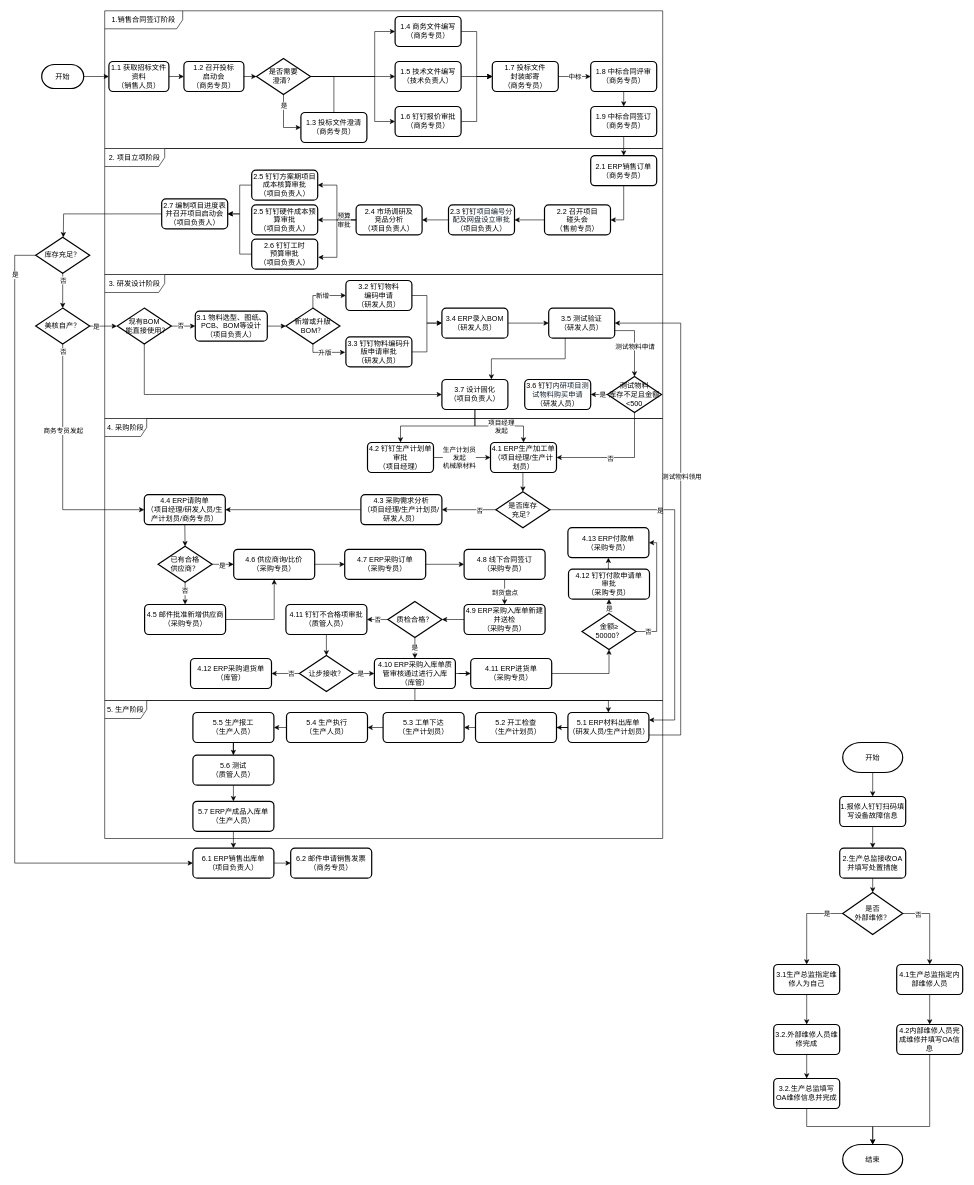
eltweiyao/app-diagrams keeps this draw.io diagram as 美核电气项目生产采购流程图.drawio. Above is the earlier version. Source tidied: cells renumbered, new cells numbered last; positions are measured from the earlier drawing's top-left corner, leaving out a move shared by most shapes. Both pictures are drawn from the tidied source at 60%, with x=0, y=0 at pixel (14, 10).
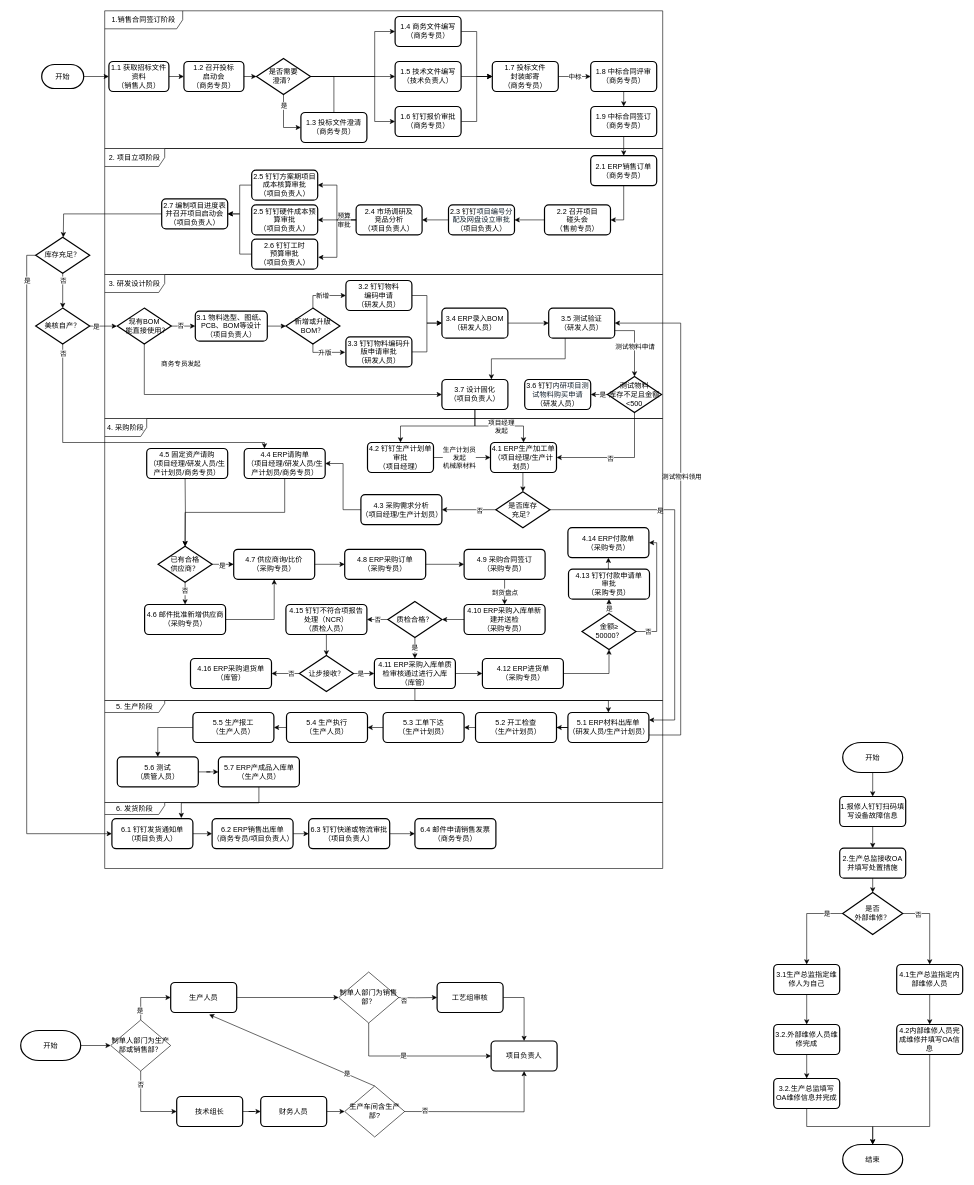
The same page after the edit.

Commit message:
更新美核电气项目生产采购流程图.drawio

Unchanged cells that the change refers to:
```xml
<mxCell id="65" value="美核自产？" style="strokeWidth=2;html=1;shape=mxgraph.flowchart.decision;whiteSpace=wrap;" parent="1" vertex="1">
  <mxGeometry x="35" y="496" width="90" height="60" as="geometry" />
</mxCell>
<mxCell id="78" value="库存充足？" style="strokeWidth=2;html=1;shape=mxgraph.flowchart.decision;whiteSpace=wrap;" parent="1" vertex="1">
  <mxGeometry x="35" y="378" width="90" height="60" as="geometry" />
</mxCell>
<mxCell id="109" value="已有合格&lt;br&gt;供应商？" style="strokeWidth=2;html=1;shape=mxgraph.flowchart.decision;whiteSpace=wrap;" parent="1" vertex="1">
  <mxGeometry x="239" y="893" width="90" height="60" as="geometry" />
</mxCell>
<mxCell id="145" value="5.5 生产报工&lt;br&gt;（生产人员）" style="rounded=1;whiteSpace=wrap;html=1;absoluteArcSize=1;arcSize=14;strokeWidth=2;" parent="1" vertex="1">
  <mxGeometry x="297" y="1170" width="135" height="50" as="geometry" />
</mxCell>
```

Diff of the diagram source:
```diff
@@
-    <mxCell id="62" style="edgeStyle=orthogonalEdgeStyle;rounded=0;jettySize=auto;html=1;exitX=0.5;exitY=1;exitDx=0;exitDy=0;exitPerimeter=0;entryX=0;entryY=0.5;entryDx=0;entryDy=0;" parent="1" edge="1" source="65" target="89">
-      <mxGeometry relative="1" as="geometry" />
+    <mxCell id="62" style="edgeStyle=orthogonalEdgeStyle;rounded=0;jettySize=auto;html=1;exitX=0.5;exitY=1;exitDx=0;exitDy=0;exitPerimeter=0;entryX=0.25;entryY=0;entryDx=0;entryDy=0;" parent="1" edge="1" source="65" target="89">
+      <mxGeometry relative="1" as="geometry">
+        <Array as="points">
+          <mxPoint x="80" y="720" />
+          <mxPoint x="416.3" y="720" />
+        </Array>
+      </mxGeometry>
     </mxCell>
@@
     <mxCell id="76" style="edgeStyle=orthogonalEdgeStyle;rounded=0;jettySize=auto;html=1;exitX=0;exitY=0.5;exitDx=0;exitDy=0;exitPerimeter=0;entryX=0;entryY=0.5;entryDx=0;entryDy=0;" parent="1" edge="1" source="78" target="83">
       <mxGeometry relative="1" as="geometry">
         <Array as="points">
-          <mxPoint y="408" />
-          <mxPoint y="1421.1" />
+          <mxPoint x="20" y="408" />
+          <mxPoint x="20" y="1372" />
         </Array>
       </mxGeometry>
     </mxCell>
@@
-    <mxCell id="82" style="edgeStyle=orthogonalEdgeStyle;rounded=0;jettySize=auto;html=1;exitX=1;exitY=0.5;exitDx=0;exitDy=0;entryX=0;entryY=0.5;entryDx=0;entryDy=0;" parent="1" edge="1" source="83" target="158">
-      <mxGeometry relative="1" as="geometry" />
-    </mxCell>
+    <mxCell id="189" style="edgeStyle=orthogonalEdgeStyle;rounded=0;jettySize=auto;html=1;exitX=1;exitY=0.5;exitDx=0;exitDy=0;entryX=0;entryY=0.5;entryDx=0;entryDy=0;" parent="1" edge="1" source="83" target="218">
+      <mxGeometry relative="1" as="geometry" />
+    </mxCell>
-    <mxCell id="83" value="6.1 ERP销售出库单&lt;br&gt;（项目负责人）" style="rounded=1;whiteSpace=wrap;html=1;absoluteArcSize=1;arcSize=14;strokeWidth=2;" parent="1" vertex="1">
-      <mxGeometry x="297" y="1396" width="135" height="50" as="geometry" />
+    <mxCell id="83" value="6.1 钉钉发货通知单&lt;br&gt;（项目负责人）" style="rounded=1;whiteSpace=wrap;html=1;absoluteArcSize=1;arcSize=14;strokeWidth=2;" parent="1" vertex="1">
+      <mxGeometry x="162" y="1347" width="135" height="50" as="geometry" />
     </mxCell>
@@
     <mxCell id="89" value="4.4 ERP请购单&lt;br&gt;（项目经理/研发人员/生产计划员/商务专员）" style="rounded=1;whiteSpace=wrap;html=1;absoluteArcSize=1;arcSize=14;strokeWidth=2;" parent="1" vertex="1">
-      <mxGeometry x="216" y="807" width="135" height="50" as="geometry" />
+      <mxGeometry x="382.5" y="730" width="135" height="50" as="geometry" />
     </mxCell>
@@
-    <mxCell id="101" value="4.3 采购需求分析&lt;br&gt;（项目经理/生产计划员/研发人员）" style="rounded=1;whiteSpace=wrap;html=1;absoluteArcSize=1;arcSize=14;strokeWidth=2;" parent="1" vertex="1">
+    <mxCell id="101" value="4.3 采购需求分析&lt;br&gt;（项目经理/生产计划员）" style="rounded=1;whiteSpace=wrap;html=1;absoluteArcSize=1;arcSize=14;strokeWidth=2;" parent="1" vertex="1">
       <mxGeometry x="577" y="807" width="135" height="50" as="geometry" />
     </mxCell>
-    <mxCell id="102" value="4.9 ERP采购入库单新建并送检&lt;br&gt;（采购专员）" style="rounded=1;whiteSpace=wrap;html=1;absoluteArcSize=1;arcSize=14;strokeWidth=2;" parent="1" vertex="1">
+    <mxCell id="102" value="4.10 ERP采购入库单新建并送检&lt;br&gt;（采购专员）" style="rounded=1;whiteSpace=wrap;html=1;absoluteArcSize=1;arcSize=14;strokeWidth=2;" parent="1" vertex="1">
       <mxGeometry x="749" y="990" width="135" height="50" as="geometry" />
     </mxCell>
@@
-    <mxCell id="104" value="5&lt;span style=&quot;background-color: transparent; color: light-dark(rgb(0, 0, 0), rgb(255, 255, 255));&quot;&gt;. 生产阶段&lt;/span&gt;" style="shape=umlFrame;whiteSpace=wrap;html=1;width=70;height=30;" parent="1" vertex="1">
-      <mxGeometry x="150" y="1150" width="930" height="230" as="geometry" />
+    <mxCell id="104" value="5&lt;span style=&quot;background-color: transparent; color: light-dark(rgb(0, 0, 0), rgb(255, 255, 255));&quot;&gt;. 生产阶段&lt;/span&gt;" style="shape=umlFrame;whiteSpace=wrap;html=1;width=100;height=20;" parent="1" vertex="1">
+      <mxGeometry x="150" y="1150" width="930" height="170" as="geometry" />
     </mxCell>
@@
-    <mxCell id="111" value="4.5 邮件批准新增供应商&lt;br&gt;（采购专员）" style="rounded=1;whiteSpace=wrap;html=1;absoluteArcSize=1;arcSize=14;strokeWidth=2;" parent="1" vertex="1">
+    <mxCell id="111" value="4.6 邮件批准新增供应商&lt;br&gt;（采购专员）" style="rounded=1;whiteSpace=wrap;html=1;absoluteArcSize=1;arcSize=14;strokeWidth=2;" parent="1" vertex="1">
       <mxGeometry x="216.5" y="990" width="135" height="50" as="geometry" />
     </mxCell>
@@
-    <mxCell id="113" value="4.6 供应商询/比价&lt;br&gt;（采购专员）" style="rounded=1;whiteSpace=wrap;html=1;absoluteArcSize=1;arcSize=14;strokeWidth=2;" parent="1" vertex="1">
+    <mxCell id="113" value="4.7 供应商询/比价&lt;br&gt;（采购专员）" style="rounded=1;whiteSpace=wrap;html=1;absoluteArcSize=1;arcSize=14;strokeWidth=2;" parent="1" vertex="1">
       <mxGeometry x="365" y="898" width="135" height="50" as="geometry" />
     </mxCell>
@@
-    <mxCell id="115" value="4.7 ERP采购订单&lt;br&gt;（采购专员）" style="rounded=1;whiteSpace=wrap;html=1;absoluteArcSize=1;arcSize=14;strokeWidth=2;" parent="1" vertex="1">
+    <mxCell id="115" value="4.8 ERP采购订单&lt;br&gt;（采购专员）" style="rounded=1;whiteSpace=wrap;html=1;absoluteArcSize=1;arcSize=14;strokeWidth=2;" parent="1" vertex="1">
       <mxGeometry x="550" y="898" width="135" height="50" as="geometry" />
     </mxCell>
@@
-    <mxCell id="118" value="4.8 线下合同签订&lt;br&gt;（采购专员）" style="rounded=1;whiteSpace=wrap;html=1;absoluteArcSize=1;arcSize=14;strokeWidth=2;" parent="1" vertex="1">
+    <mxCell id="118" value="4.9 采购合同签订&lt;br&gt;（采购专员）" style="rounded=1;whiteSpace=wrap;html=1;absoluteArcSize=1;arcSize=14;strokeWidth=2;" parent="1" vertex="1">
       <mxGeometry x="749" y="898" width="135" height="50" as="geometry" />
     </mxCell>
@@
-    <mxCell id="125" value="4.10 ERP采购入库单质管审核通过进行入库&lt;br&gt;（库管）" style="rounded=1;whiteSpace=wrap;html=1;absoluteArcSize=1;arcSize=14;strokeWidth=2;" parent="1" vertex="1">
+    <mxCell id="125" value="4.11 ERP采购入库单质检审核通过进行入库&lt;br&gt;（库管）" style="rounded=1;whiteSpace=wrap;html=1;absoluteArcSize=1;arcSize=14;strokeWidth=2;" parent="1" vertex="1">
       <mxGeometry x="599.5" y="1080" width="135" height="50" as="geometry" />
     </mxCell>
-    <mxCell id="126" value="4.11 钉钉不合格项审批&lt;br&gt;（质管人员）" style="rounded=1;whiteSpace=wrap;html=1;absoluteArcSize=1;arcSize=14;strokeWidth=2;" parent="1" vertex="1">
+    <mxCell id="126" value="4.15 钉钉不符合项报告处理（NCR）&lt;br&gt;（质检人员）" style="rounded=1;whiteSpace=wrap;html=1;absoluteArcSize=1;arcSize=14;strokeWidth=2;" parent="1" vertex="1">
       <mxGeometry x="452" y="990" width="135" height="50" as="geometry" />
     </mxCell>
@@
-    <mxCell id="133" value="4.12 ERP采购退货单&lt;br&gt;（库管）" style="rounded=1;whiteSpace=wrap;html=1;absoluteArcSize=1;arcSize=14;strokeWidth=2;" parent="1" vertex="1">
+    <mxCell id="133" value="4.16 ERP采购退货单&lt;br&gt;（库管）" style="rounded=1;whiteSpace=wrap;html=1;absoluteArcSize=1;arcSize=14;strokeWidth=2;" parent="1" vertex="1">
       <mxGeometry x="293" y="1080" width="135" height="50" as="geometry" />
     </mxCell>
@@
-    <mxCell id="142" style="edgeStyle=orthogonalEdgeStyle;rounded=0;jettySize=auto;html=1;exitX=0.5;exitY=1;exitDx=0;exitDy=0;entryX=0.5;entryY=0;entryDx=0;entryDy=0;" parent="1" edge="1" source="143" target="147">
+    <mxCell id="142" style="edgeStyle=orthogonalEdgeStyle;rounded=0;jettySize=auto;html=1;exitX=1;exitY=0.5;exitDx=0;exitDy=0;" parent="1" edge="1" source="143" target="147">
       <mxGeometry relative="1" as="geometry" />
     </mxCell>
     <mxCell id="143" value="5.6 测试&lt;br&gt;（质管人员）" style="rounded=1;whiteSpace=wrap;html=1;absoluteArcSize=1;arcSize=14;strokeWidth=2;" parent="1" vertex="1">
-      <mxGeometry x="297" y="1241" width="135" height="50" as="geometry" />
+      <mxGeometry x="171" y="1244" width="135" height="50" as="geometry" />
     </mxCell>
-    <mxCell id="144" style="edgeStyle=orthogonalEdgeStyle;rounded=0;jettySize=auto;html=1;" parent="1" edge="1" source="145" target="143">
+    <mxCell id="144" style="edgeStyle=orthogonalEdgeStyle;rounded=0;jettySize=auto;html=1;exitX=0;exitY=0.5;exitDx=0;exitDy=0;" parent="1" edge="1" source="145" target="143">
       <mxGeometry relative="1" as="geometry" />
     </mxCell>
@@
-    <mxCell id="146" style="edgeStyle=orthogonalEdgeStyle;rounded=0;jettySize=auto;html=1;exitX=0.5;exitY=1;exitDx=0;exitDy=0;entryX=0.5;entryY=0;entryDx=0;entryDy=0;" parent="1" edge="1" source="147" target="83">
+    <mxCell id="146" style="edgeStyle=orthogonalEdgeStyle;rounded=0;jettySize=auto;html=1;exitX=0.5;exitY=1;exitDx=0;exitDy=0;entryX=0.857;entryY=-0.02;entryDx=0;entryDy=0;entryPerimeter=0;" parent="1" edge="1" source="147" target="83">
       <mxGeometry relative="1" as="geometry" />
     </mxCell>
     <mxCell id="147" value="5.7 ERP产成品入库单&lt;br&gt;（生产人员）" style="rounded=1;whiteSpace=wrap;html=1;absoluteArcSize=1;arcSize=14;strokeWidth=2;" parent="1" vertex="1">
-      <mxGeometry x="297" y="1318" width="135" height="50" as="geometry" />
+      <mxGeometry x="339.5" y="1244" width="135" height="50" as="geometry" />
     </mxCell>
@@
-    <mxCell id="149" value="4.11 ERP进货单&lt;br&gt;（采购专员）" style="rounded=1;whiteSpace=wrap;html=1;absoluteArcSize=1;arcSize=14;strokeWidth=2;" parent="1" vertex="1">
-      <mxGeometry x="760" y="1080" width="135" height="50" as="geometry" />
+    <mxCell id="149" value="4.12 ERP进货单&lt;br&gt;（采购专员）" style="rounded=1;whiteSpace=wrap;html=1;absoluteArcSize=1;arcSize=14;strokeWidth=2;" parent="1" vertex="1">
+      <mxGeometry x="779.5" y="1080" width="135" height="50" as="geometry" />
     </mxCell>
@@
-    <mxCell id="156" value="4.12 钉钉付款申请单&lt;br&gt;审批&lt;br&gt;（采购专员）" style="rounded=1;whiteSpace=wrap;html=1;absoluteArcSize=1;arcSize=14;strokeWidth=2;" parent="1" vertex="1">
+    <mxCell id="156" value="4.13 钉钉付款申请单&lt;br&gt;审批&lt;br&gt;（采购专员）" style="rounded=1;whiteSpace=wrap;html=1;absoluteArcSize=1;arcSize=14;strokeWidth=2;" parent="1" vertex="1">
       <mxGeometry x="923" y="931" width="135" height="50" as="geometry" />
     </mxCell>
-    <mxCell id="157" value="4.13 ERP付款单&lt;br&gt;（采购专员）" style="rounded=1;whiteSpace=wrap;html=1;absoluteArcSize=1;arcSize=14;strokeWidth=2;" parent="1" vertex="1">
+    <mxCell id="157" value="4.14 ERP付款单&lt;br&gt;（采购专员）" style="rounded=1;whiteSpace=wrap;html=1;absoluteArcSize=1;arcSize=14;strokeWidth=2;" parent="1" vertex="1">
       <mxGeometry x="922" y="862" width="135" height="50" as="geometry" />
     </mxCell>
-    <mxCell id="158" value="6.2 邮件申请销售发票&lt;br&gt;（商务专员）" style="rounded=1;whiteSpace=wrap;html=1;absoluteArcSize=1;arcSize=14;strokeWidth=2;" parent="1" vertex="1">
-      <mxGeometry x="460" y="1396" width="135" height="50" as="geometry" />
+    <mxCell id="158" value="6.4 邮件申请销售发票&lt;br&gt;（商务专员）" style="rounded=1;whiteSpace=wrap;html=1;absoluteArcSize=1;arcSize=14;strokeWidth=2;" parent="1" vertex="1">
+      <mxGeometry x="667" y="1347" width="135" height="50" as="geometry" />
     </mxCell>
@@
+    <mxCell id="190" style="edgeStyle=orthogonalEdgeStyle;rounded=0;jettySize=auto;html=1;exitX=1;exitY=0.5;exitDx=0;exitDy=0;exitPerimeter=0;entryX=0;entryY=0.5;entryDx=0;entryDy=0;" parent="1" edge="1" source="191" target="196">
+      <mxGeometry relative="1" as="geometry" />
+    </mxCell>
+    <mxCell id="191" value="开始" style="strokeWidth=2;html=1;shape=mxgraph.flowchart.terminator;whiteSpace=wrap;" parent="1" vertex="1">
+      <mxGeometry x="10" y="1700" width="100" height="50" as="geometry" />
+    </mxCell>
+    <mxCell id="192" style="edgeStyle=orthogonalEdgeStyle;rounded=0;jettySize=auto;html=1;exitX=0.5;exitY=0;exitDx=0;exitDy=0;entryX=0;entryY=0.5;entryDx=0;entryDy=0;" parent="1" edge="1" source="196" target="205">
+      <mxGeometry relative="1" as="geometry" />
+    </mxCell>
+    <mxCell id="193" value="是" style="edgeLabel;html=1;align=center;verticalAlign=middle;" parent="192" vertex="1">
+      <mxGeometry x="-0.63" y="2" relative="1" as="geometry" />
+    </mxCell>
+    <mxCell id="194" style="edgeStyle=orthogonalEdgeStyle;rounded=0;jettySize=auto;html=1;exitX=0.5;exitY=1;exitDx=0;exitDy=0;entryX=0;entryY=0.5;entryDx=0;entryDy=0;" parent="1" edge="1" source="196" target="212">
+      <mxGeometry relative="1" as="geometry" />
+    </mxCell>
+    <mxCell id="195" value="否" style="edgeLabel;html=1;align=center;verticalAlign=middle;" parent="194" vertex="1">
+      <mxGeometry x="-0.65" y="-1" relative="1" as="geometry" />
+    </mxCell>
+    <mxCell id="196" value="制单人部门为生产部或销售部？" style="rhombus;whiteSpace=wrap;html=1;shapeInside=1;" parent="1" vertex="1">
+      <mxGeometry x="160" y="1682.5" width="100" height="85" as="geometry" />
+    </mxCell>
+    <mxCell id="197" style="edgeStyle=orthogonalEdgeStyle;rounded=0;jettySize=auto;html=1;exitX=1;exitY=0.5;exitDx=0;exitDy=0;entryX=0.5;entryY=0;entryDx=0;entryDy=0;" parent="1" edge="1" source="198" target="206">
+      <mxGeometry relative="1" as="geometry" />
+    </mxCell>
+    <mxCell id="198" value="工艺组审核" style="rounded=1;whiteSpace=wrap;html=1;absoluteArcSize=1;arcSize=14;strokeWidth=2;" parent="1" vertex="1">
+      <mxGeometry x="704" y="1620" width="110" height="50" as="geometry" />
+    </mxCell>
+    <mxCell id="199" style="edgeStyle=orthogonalEdgeStyle;rounded=0;jettySize=auto;html=1;exitX=0.5;exitY=1;exitDx=0;exitDy=0;entryX=0;entryY=0.5;entryDx=0;entryDy=0;" parent="1" edge="1" source="203" target="206">
+      <mxGeometry relative="1" as="geometry" />
+    </mxCell>
+    <mxCell id="200" value="是" style="edgeLabel;html=1;align=center;verticalAlign=middle;" parent="199" vertex="1">
+      <mxGeometry x="-0.08" y="-7" relative="1" as="geometry">
+        <mxPoint x="-7" y="-7" as="offset" />
+      </mxGeometry>
+    </mxCell>
+    <mxCell id="201" style="edgeStyle=orthogonalEdgeStyle;rounded=0;jettySize=auto;html=1;exitX=1;exitY=0.5;exitDx=0;exitDy=0;entryX=0;entryY=0.5;entryDx=0;entryDy=0;" parent="1" edge="1" target="198">
+      <mxGeometry relative="1" as="geometry">
+        <mxPoint x="632" y="1645" as="sourcePoint" />
+      </mxGeometry>
+    </mxCell>
+    <mxCell id="202" value="否" style="edgeLabel;html=1;align=center;verticalAlign=middle;" parent="201" vertex="1">
+      <mxGeometry x="-0.52" y="-4" relative="1" as="geometry" />
+    </mxCell>
+    <mxCell id="203" value="制单人部门为销售部？" style="rhombus;whiteSpace=wrap;html=1;shapeInside=1;" parent="1" vertex="1">
+      <mxGeometry x="540" y="1602.5" width="100" height="85" as="geometry" />
+    </mxCell>
+    <mxCell id="204" style="edgeStyle=orthogonalEdgeStyle;rounded=0;jettySize=auto;html=1;exitX=1;exitY=0.5;exitDx=0;exitDy=0;entryX=0;entryY=0.5;entryDx=0;entryDy=0;" parent="1" edge="1" source="205" target="203">
+      <mxGeometry relative="1" as="geometry" />
+    </mxCell>
+    <mxCell id="205" value="生产人员" style="rounded=1;whiteSpace=wrap;html=1;absoluteArcSize=1;arcSize=14;strokeWidth=2;" parent="1" vertex="1">
+      <mxGeometry x="260" y="1620" width="110" height="50" as="geometry" />
+    </mxCell>
+    <mxCell id="206" value="项目负责人" style="rounded=1;whiteSpace=wrap;html=1;absoluteArcSize=1;arcSize=14;strokeWidth=2;" parent="1" vertex="1">
+      <mxGeometry x="794" y="1717.5" width="110" height="50" as="geometry" />
+    </mxCell>
+    <mxCell id="207" style="edgeStyle=orthogonalEdgeStyle;rounded=0;jettySize=auto;html=1;exitX=1;exitY=0.5;exitDx=0;exitDy=0;entryX=0.5;entryY=1;entryDx=0;entryDy=0;" parent="1" edge="1" target="206">
+      <mxGeometry relative="1" as="geometry">
+        <mxPoint x="642" y="1835" as="sourcePoint" />
+      </mxGeometry>
+    </mxCell>
+    <mxCell id="208" value="否" style="edgeLabel;html=1;align=center;verticalAlign=middle;" parent="207" vertex="1">
+      <mxGeometry x="-0.7" y="2" relative="1" as="geometry" />
+    </mxCell>
+    <mxCell id="209" style="edgeStyle=orthogonalEdgeStyle;rounded=0;jettySize=auto;html=1;exitX=1;exitY=0.5;exitDx=0;exitDy=0;entryX=0;entryY=0.5;entryDx=0;entryDy=0;" parent="1" edge="1" source="210" target="213">
+      <mxGeometry relative="1" as="geometry" />
+    </mxCell>
+    <mxCell id="210" value="财务人员" style="rounded=1;whiteSpace=wrap;html=1;absoluteArcSize=1;arcSize=14;strokeWidth=2;" parent="1" vertex="1">
+      <mxGeometry x="410" y="1810" width="110" height="50" as="geometry" />
+    </mxCell>
+    <mxCell id="211" style="edgeStyle=orthogonalEdgeStyle;rounded=0;jettySize=auto;html=1;exitX=1;exitY=0.5;exitDx=0;exitDy=0;" parent="1" edge="1" source="212" target="210">
+      <mxGeometry relative="1" as="geometry" />
+    </mxCell>
+    <mxCell id="212" value="技术组长" style="rounded=1;whiteSpace=wrap;html=1;absoluteArcSize=1;arcSize=14;strokeWidth=2;" parent="1" vertex="1">
+      <mxGeometry x="270" y="1810" width="110" height="50" as="geometry" />
+    </mxCell>
+    <mxCell id="213" value="生产车间含生产部?" style="rhombus;whiteSpace=wrap;html=1;shapeInside=1;" parent="1" vertex="1">
+      <mxGeometry x="550" y="1792.5" width="100" height="85" as="geometry" />
+    </mxCell>
+    <mxCell id="214" style="rounded=0;jettySize=auto;html=1;exitX=0.5;exitY=0;exitDx=0;exitDy=0;entryX=0.582;entryY=1.068;entryDx=0;entryDy=0;entryPerimeter=0;" parent="1" edge="1" source="213" target="205">
+      <mxGeometry relative="1" as="geometry" />
+    </mxCell>
+    <mxCell id="215" value="是" style="edgeLabel;html=1;align=center;verticalAlign=middle;" parent="214" vertex="1">
+      <mxGeometry x="-0.66" relative="1" as="geometry" />
+    </mxCell>
+    <mxCell id="216" style="edgeStyle=orthogonalEdgeStyle;rounded=0;jettySize=auto;html=1;exitX=0.5;exitY=1;exitDx=0;exitDy=0;entryX=0.5;entryY=0;entryDx=0;entryDy=0;entryPerimeter=0;" parent="1" edge="1" target="109">
+      <mxGeometry relative="1" as="geometry">
+        <mxPoint x="284" y="780" as="sourcePoint" />
+      </mxGeometry>
+    </mxCell>
+    <mxCell id="217" style="edgeStyle=orthogonalEdgeStyle;rounded=0;jettySize=auto;html=1;exitX=1;exitY=0.5;exitDx=0;exitDy=0;entryX=0;entryY=0.5;entryDx=0;entryDy=0;" parent="1" edge="1" source="218" target="220">
+      <mxGeometry relative="1" as="geometry" />
+    </mxCell>
+    <mxCell id="218" value="6.2 ERP销售出库单&lt;br&gt;（商务专员/项目负责人）" style="rounded=1;whiteSpace=wrap;html=1;absoluteArcSize=1;arcSize=14;strokeWidth=2;" parent="1" vertex="1">
+      <mxGeometry x="329" y="1347" width="135" height="50" as="geometry" />
+    </mxCell>
+    <mxCell id="219" style="edgeStyle=orthogonalEdgeStyle;rounded=0;jettySize=auto;html=1;exitX=1;exitY=0.5;exitDx=0;exitDy=0;entryX=0;entryY=0.5;entryDx=0;entryDy=0;" parent="1" edge="1" source="220" target="158">
+      <mxGeometry relative="1" as="geometry" />
+    </mxCell>
+    <mxCell id="220" value="6.3 钉钉快递或物流审批&lt;br&gt;（项目负责人）" style="rounded=1;whiteSpace=wrap;html=1;absoluteArcSize=1;arcSize=14;strokeWidth=2;" parent="1" vertex="1">
+      <mxGeometry x="490" y="1347" width="135" height="50" as="geometry" />
+    </mxCell>
+    <mxCell id="221" value="4.5 固定资产请购&lt;br&gt;（项目经理/研发人员/生产计划员/商务专员）" style="rounded=1;whiteSpace=wrap;html=1;absoluteArcSize=1;arcSize=14;strokeWidth=2;" parent="1" vertex="1">
+      <mxGeometry x="220" y="730" width="135" height="50" as="geometry" />
+    </mxCell>
+    <mxCell id="222" value="&lt;span style=&quot;background-color: transparent; color: light-dark(rgb(0, 0, 0), rgb(255, 255, 255));&quot;&gt;6. 发货阶段&lt;/span&gt;" style="shape=umlFrame;whiteSpace=wrap;html=1;width=100;height=20;" parent="1" vertex="1">
+      <mxGeometry x="150" y="1320" width="930" height="110" as="geometry" />
+    </mxCell>
```
